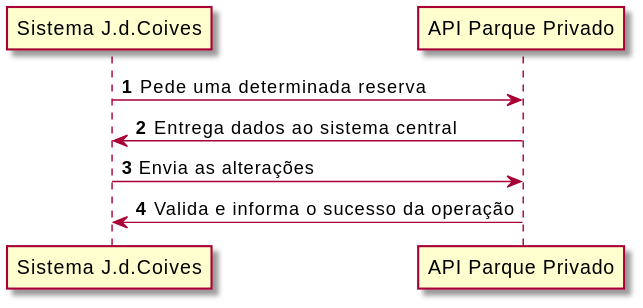
This is Documentos/Sprint2/UC4/uc4.svg from UPskillDOTNET/Jakim-das-Coives-S.A., a PlantUML export, as it was before one commit.
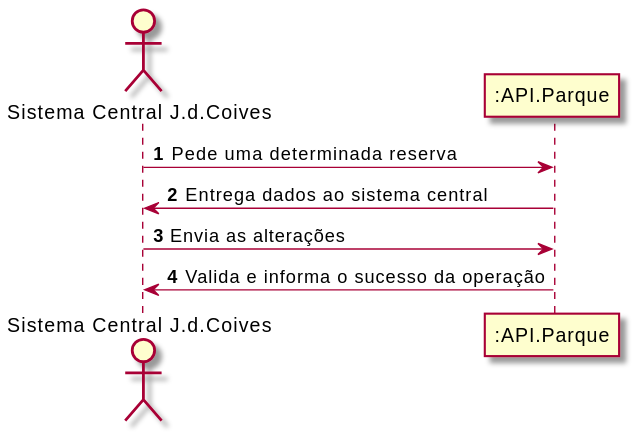
The same diagram one commit later.

Commit message:
Changes according to glossary

Change to the diagram source:
```diff
@@ -1,11 +1,11 @@
 @startuml
 autonumber
 
-participant "Sistema J.d.Coives" as jdc
-participant "API Parque Privado" as api
+    Actor "Sistema Central J.d.Coives" as jdc
+    participant ":API.Parque" as api
 
-jdc -> api : Pede uma determinada reserva
-api -> jdc : Entrega dados ao sistema central
-jdc -> api : Envia as alterações
-api -> jdc : Valida e informa o sucesso da operação
+    jdc -> api : Pede uma determinada reserva
+    api -> jdc : Entrega dados ao sistema central
+    jdc -> api : Envia as alterações
+    api -> jdc : Valida e informa o sucesso da operação
 @enduml
```
